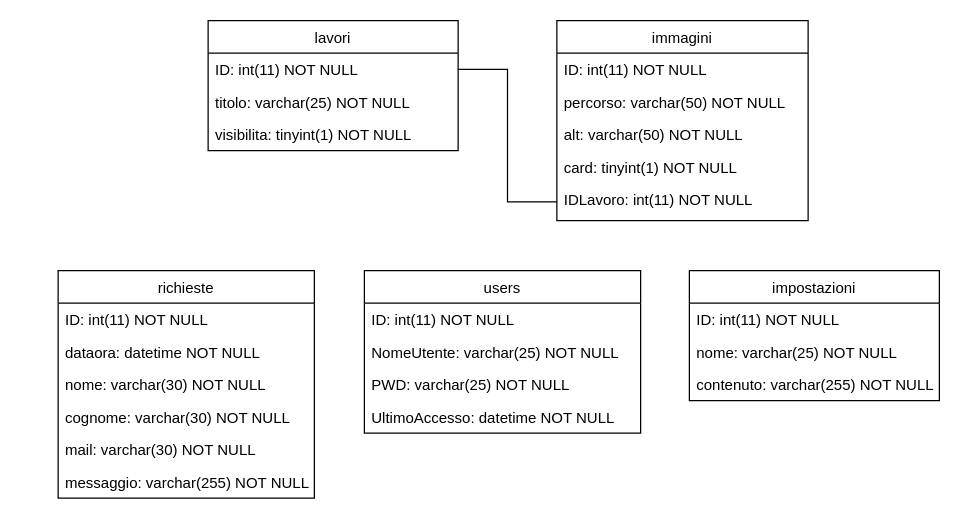
Above: Set-up/dbtecweb.drawio in httpedo13/progettotecweb (draw.io), before the change. Source tidied: cells renumbered, new cells numbered last; positions are measured from the earlier drawing's top-left corner, leaving out a move shared by most shapes. Both pictures are drawn from the tidied source at 125%, with x=0, y=0 at pixel (58, 20).
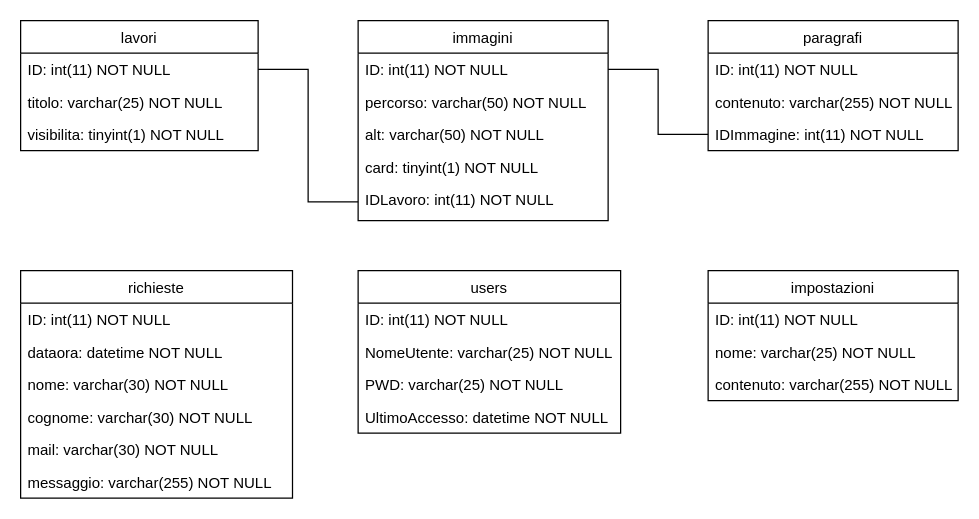
The same page after the edit.

The edit, as a diff of the source:
```diff
@@
     <mxCell id="2" value="immagini" style="swimlane;fontStyle=0;horizontal=1;startSize=26;fillColor=none;" parent="1" vertex="1">
-      <mxGeometry x="399" width="201" height="160" as="geometry" />
+      <mxGeometry x="240" width="200" height="160" as="geometry" />
     </mxCell>
     <mxCell id="3" value="ID: int(11) NOT NULL" style="text;strokeColor=none;fillColor=none;align=left;verticalAlign=top;spacingLeft=4;spacingRight=4;overflow=hidden;points=[[0,0.5],[1,0.5]];portConstraint=eastwest;" parent="2" vertex="1">
-      <mxGeometry y="26" width="201" height="26" as="geometry" />
+      <mxGeometry y="26" width="200" height="26" as="geometry" />
     </mxCell>
     <mxCell id="4" value="percorso: varchar(50) NOT NULL" style="text;strokeColor=none;fillColor=none;align=left;verticalAlign=top;spacingLeft=4;spacingRight=4;overflow=hidden;" parent="2" vertex="1">
-      <mxGeometry y="52" width="201" height="26" as="geometry" />
+      <mxGeometry y="52" width="200" height="26" as="geometry" />
     </mxCell>
     <mxCell id="5" value="alt: varchar(50) NOT NULL" style="text;strokeColor=none;fillColor=none;align=left;verticalAlign=top;spacingLeft=4;spacingRight=4;overflow=hidden;" parent="2" vertex="1">
-      <mxGeometry y="78" width="201" height="26" as="geometry" />
+      <mxGeometry y="78" width="200" height="26" as="geometry" />
     </mxCell>
     <mxCell id="6" value="card: tinyint(1) NOT NULL" style="text;strokeColor=none;fillColor=none;align=left;verticalAlign=top;spacingLeft=4;spacingRight=4;overflow=hidden;" parent="2" vertex="1">
-      <mxGeometry y="104" width="201" height="26" as="geometry" />
+      <mxGeometry y="104" width="200" height="26" as="geometry" />
     </mxCell>
     <mxCell id="7" value="IDLavoro: int(11) NOT NULL" style="text;strokeColor=none;fillColor=none;align=left;verticalAlign=top;spacingLeft=4;spacingRight=4;overflow=hidden;points=[[0,0.5],[1,0.5]];portConstraint=eastwest;" parent="2" vertex="1">
-      <mxGeometry y="130" width="201" height="30" as="geometry" />
+      <mxGeometry y="130" width="200" height="30" as="geometry" />
     </mxCell>
     <mxCell id="8" value="lavori" style="swimlane;fontStyle=0;horizontal=1;startSize=26;fillColor=none;" parent="1" vertex="1">
-      <mxGeometry x="120" width="200" height="104" as="geometry" />
+      <mxGeometry x="-30" width="190" height="104" as="geometry" />
     </mxCell>
     <mxCell id="9" value="ID: int(11) NOT NULL" style="text;strokeColor=none;fillColor=none;align=left;verticalAlign=top;spacingLeft=4;spacingRight=4;overflow=hidden;points=[[0,0.5],[1,0.5]];portConstraint=eastwest;" parent="8" vertex="1">
-      <mxGeometry y="26" width="200" height="26" as="geometry" />
+      <mxGeometry y="26" width="190" height="26" as="geometry" />
     </mxCell>
     <mxCell id="10" value="titolo: varchar(25) NOT NULL" style="text;strokeColor=none;fillColor=none;align=left;verticalAlign=top;spacingLeft=4;spacingRight=4;overflow=hidden;" parent="8" vertex="1">
-      <mxGeometry y="52" width="200" height="26" as="geometry" />
+      <mxGeometry y="52" width="190" height="26" as="geometry" />
     </mxCell>
     <mxCell id="11" value="visibilita: tinyint(1) NOT NULL" style="text;strokeColor=none;fillColor=none;align=left;verticalAlign=top;spacingLeft=4;spacingRight=4;overflow=hidden;" parent="8" vertex="1">
-      <mxGeometry y="78" width="200" height="26" as="geometry" />
+      <mxGeometry y="78" width="190" height="26" as="geometry" />
     </mxCell>
@@
     <mxCell id="13" value="impostazioni" style="swimlane;fontStyle=0;horizontal=1;startSize=26;fillColor=none;" parent="1" vertex="1">
-      <mxGeometry x="505" y="200" width="200" height="104" as="geometry" />
+      <mxGeometry x="520" y="200" width="200" height="104" as="geometry" />
     </mxCell>
@@
     <mxCell id="17" value="richieste" style="swimlane;fontStyle=0;horizontal=1;startSize=26;fillColor=none;" parent="1" vertex="1">
-      <mxGeometry y="200" width="205" height="182" as="geometry" />
+      <mxGeometry x="-30" y="200" width="217.5" height="182" as="geometry" />
     </mxCell>
     <mxCell id="18" value="ID: int(11) NOT NULL" style="text;strokeColor=none;fillColor=none;align=left;verticalAlign=top;spacingLeft=4;spacingRight=4;overflow=hidden;" parent="17" vertex="1">
-      <mxGeometry y="26" width="205" height="26" as="geometry" />
+      <mxGeometry y="26" width="217.5" height="26" as="geometry" />
     </mxCell>
     <mxCell id="19" value="dataora: datetime NOT NULL" style="text;strokeColor=none;fillColor=none;align=left;verticalAlign=top;spacingLeft=4;spacingRight=4;overflow=hidden;" parent="17" vertex="1">
-      <mxGeometry y="52" width="205" height="26" as="geometry" />
+      <mxGeometry y="52" width="217.5" height="26" as="geometry" />
     </mxCell>
     <mxCell id="20" value="nome: varchar(30) NOT NULL" style="text;strokeColor=none;fillColor=none;align=left;verticalAlign=top;spacingLeft=4;spacingRight=4;overflow=hidden;" parent="17" vertex="1">
-      <mxGeometry y="78" width="205" height="26" as="geometry" />
+      <mxGeometry y="78" width="217.5" height="26" as="geometry" />
     </mxCell>
     <mxCell id="21" value="cognome: varchar(30) NOT NULL" style="text;strokeColor=none;fillColor=none;align=left;verticalAlign=top;spacingLeft=4;spacingRight=4;overflow=hidden;" parent="17" vertex="1">
-      <mxGeometry y="104" width="205" height="26" as="geometry" />
+      <mxGeometry y="104" width="217.5" height="26" as="geometry" />
     </mxCell>
     <mxCell id="22" value="mail: varchar(30) NOT NULL" style="text;strokeColor=none;fillColor=none;align=left;verticalAlign=top;spacingLeft=4;spacingRight=4;overflow=hidden;" parent="17" vertex="1">
-      <mxGeometry y="130" width="205" height="26" as="geometry" />
+      <mxGeometry y="130" width="217.5" height="26" as="geometry" />
     </mxCell>
     <mxCell id="23" value="messaggio: varchar(255) NOT NULL" style="text;strokeColor=none;fillColor=none;align=left;verticalAlign=top;spacingLeft=4;spacingRight=4;overflow=hidden;" parent="17" vertex="1">
-      <mxGeometry y="156" width="205" height="26" as="geometry" />
+      <mxGeometry y="156" width="217.5" height="26" as="geometry" />
     </mxCell>
     <mxCell id="24" value="users" style="swimlane;fontStyle=0;horizontal=1;startSize=26;fillColor=none;" parent="1" vertex="1">
-      <mxGeometry x="245" y="200" width="221" height="130" as="geometry" />
+      <mxGeometry x="240" y="200" width="210" height="130" as="geometry" />
     </mxCell>
     <mxCell id="25" value="ID: int(11) NOT NULL" style="text;strokeColor=none;fillColor=none;align=left;verticalAlign=top;spacingLeft=4;spacingRight=4;overflow=hidden;" parent="24" vertex="1">
-      <mxGeometry y="26" width="221" height="26" as="geometry" />
+      <mxGeometry y="26" width="210" height="26" as="geometry" />
     </mxCell>
     <mxCell id="26" value="NomeUtente: varchar(25) NOT NULL" style="text;strokeColor=none;fillColor=none;align=left;verticalAlign=top;spacingLeft=4;spacingRight=4;overflow=hidden;" parent="24" vertex="1">
-      <mxGeometry y="52" width="221" height="26" as="geometry" />
+      <mxGeometry y="52" width="210" height="26" as="geometry" />
     </mxCell>
     <mxCell id="27" value="PWD: varchar(25) NOT NULL" style="text;strokeColor=none;fillColor=none;align=left;verticalAlign=top;spacingLeft=4;spacingRight=4;overflow=hidden;" parent="24" vertex="1">
-      <mxGeometry y="78" width="221" height="26" as="geometry" />
+      <mxGeometry y="78" width="210" height="26" as="geometry" />
     </mxCell>
     <mxCell id="28" value="UltimoAccesso: datetime NOT NULL" style="text;strokeColor=none;fillColor=none;align=left;verticalAlign=top;spacingLeft=4;spacingRight=4;overflow=hidden;" parent="24" vertex="1">
-      <mxGeometry y="104" width="221" height="26" as="geometry" />
+      <mxGeometry y="104" width="210" height="26" as="geometry" />
     </mxCell>
+    <mxCell id="29" value="paragrafi" style="swimlane;fontStyle=0;horizontal=1;startSize=26;fillColor=none;" parent="1" vertex="1">
+      <mxGeometry x="520" width="200" height="104" as="geometry" />
+    </mxCell>
+    <mxCell id="30" value="ID: int(11) NOT NULL" style="text;strokeColor=none;fillColor=none;align=left;verticalAlign=top;spacingLeft=4;spacingRight=4;overflow=hidden;" parent="29" vertex="1">
+      <mxGeometry y="26" width="200" height="26" as="geometry" />
+    </mxCell>
+    <mxCell id="31" value="contenuto: varchar(255) NOT NULL" style="text;strokeColor=none;fillColor=none;align=left;verticalAlign=top;spacingLeft=4;spacingRight=4;overflow=hidden;" parent="29" vertex="1">
+      <mxGeometry y="52" width="200" height="26" as="geometry" />
+    </mxCell>
+    <mxCell id="32" value="IDImmagine: int(11) NOT NULL" style="text;strokeColor=none;fillColor=none;align=left;verticalAlign=top;spacingLeft=4;spacingRight=4;overflow=hidden;points=[[0,0.5],[1,0.5]];portConstraint=eastwest;" parent="29" vertex="1">
+      <mxGeometry y="78" width="200" height="26" as="geometry" />
+    </mxCell>
+    <mxCell id="33" style="edgeStyle=orthogonalEdgeStyle;rounded=0;jettySize=auto;html=1;entryX=0;entryY=0.5;entryDx=0;entryDy=0;endArrow=none;endFill=0;" parent="1" edge="1" source="3" target="32">
+      <mxGeometry relative="1" as="geometry" />
+    </mxCell>
```
